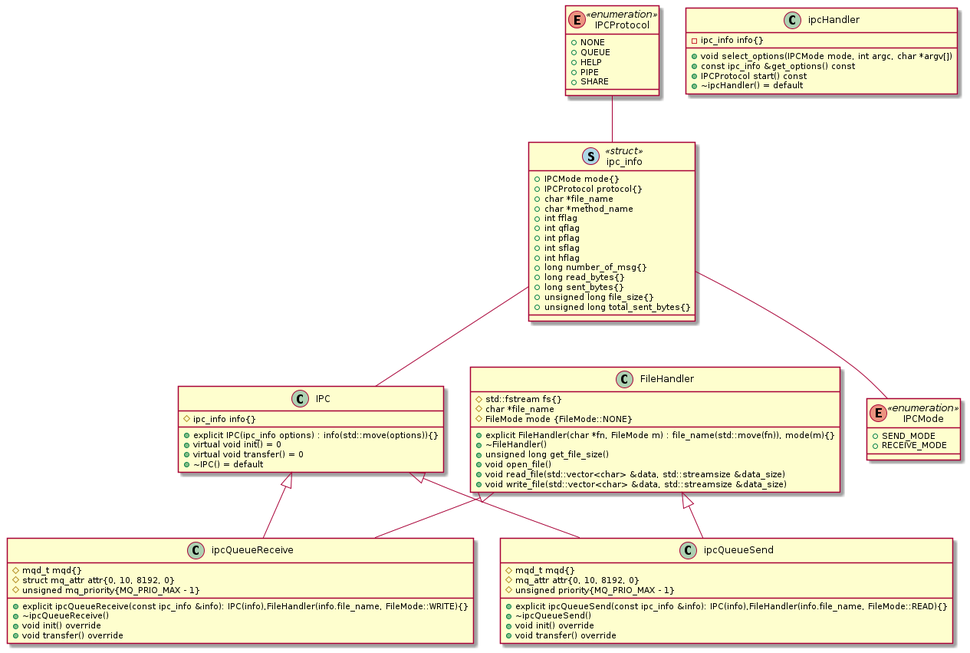
giangle-unikie/complex-copy-cpp keeps this PlantUML diagram as Cpp_test/uml/diagram_picure/diagram.png. Above is the earlier version.
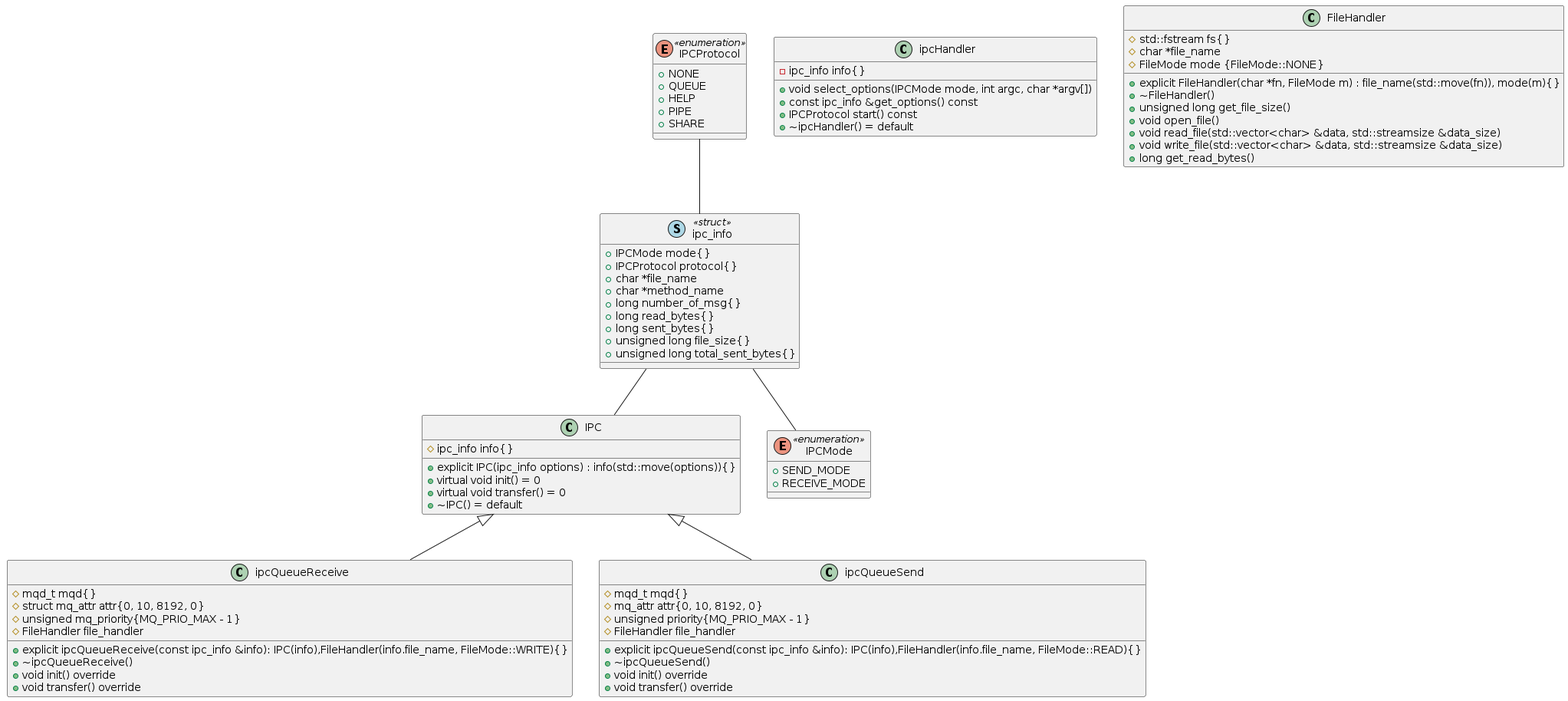
After the change.

Commit message:
Modified UML diagram

Change to the diagram source:
```diff
@@ -31,6 +31,7 @@
 	+ void open_file()
 	+ void read_file(std::vector<char> &data, std::streamsize &data_size)
 	+ void write_file(std::vector<char> &data, std::streamsize &data_size)
+	+ long get_read_bytes()
 }
 
 class ipcQueueReceive
@@ -38,6 +39,7 @@
     # mqd_t mqd{}
     # struct mq_attr attr{0, 10, 8192, 0}
     # unsigned mq_priority{MQ_PRIO_MAX - 1}
+	# FileHandler file_handler
 
 	+ explicit ipcQueueReceive(const ipc_info &info): IPC(info),FileHandler(info.file_name, FileMode::WRITE){}
 	+ ~ipcQueueReceive()
@@ -50,6 +52,7 @@
 	# mqd_t mqd{}
 	# mq_attr attr{0, 10, 8192, 0}
 	# unsigned priority{MQ_PRIO_MAX - 1}
+	# FileHandler file_handler
 
 	+ explicit ipcQueueSend(const ipc_info &info): IPC(info),FileHandler(info.file_name, FileMode::READ){}
 	+ ~ipcQueueSend()
@@ -79,11 +82,6 @@
 	+ IPCProtocol protocol{}
 	+ char *file_name
 	+ char *method_name
-	+ int fflag
-    + int qflag
-    + int pflag
-    + int sflag
-    + int hflag
 }
 
 class ipc_info << (S,lightblue) struct>>
@@ -99,9 +97,7 @@
 
 
 IPC <|-- ipcQueueSend
-FileHandler <|-- ipcQueueSend
 IPC <|-- ipcQueueReceive
-FileHandler <|-- ipcQueueReceive
 
 IPCProtocol -- ipc_info
 ipc_info -- IPC
```
